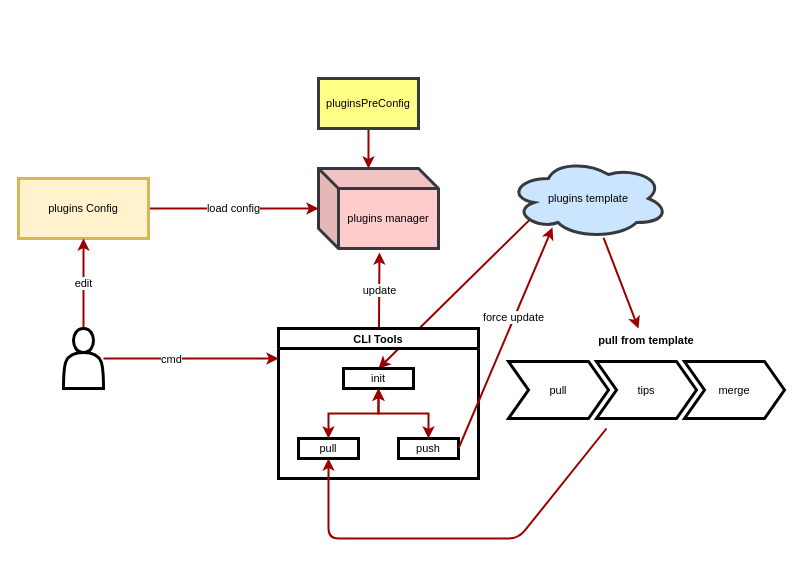
Earlier version of the draw.io diagram page "整体设计" (4 of 5) of 脚手架设计图.drawio (zonewancheng/diagrames). Source tidied: cells renumbered, new cells numbered last; positions are measured from the earlier drawing's top-left corner, leaving out a move shared by most shapes. Both pictures are drawn from the tidied source at 100%, with x=0, y=0 at pixel (18, 78).
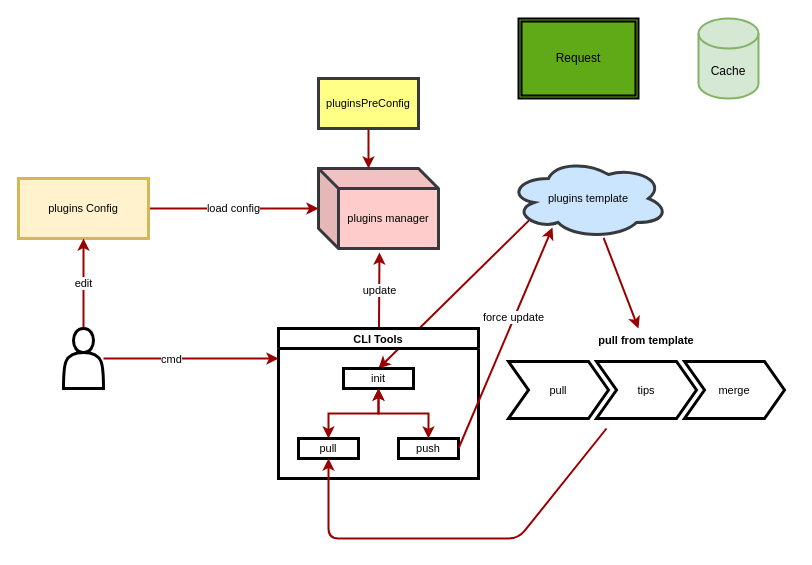
Above is the later version.

Commit message:
更新脚手架设计图.drawio

What changed in the source:
```diff
@@
+    <mxCell id="28" value="&lt;font color=&quot;#000000&quot;&gt;Request&lt;/font&gt;" style="shape=ext;double=1;rounded=0;whiteSpace=wrap;html=1;fillColor=#60a917;fontColor=#ffffff;strokeColor=#000000;strokeWidth=2;" parent="1" vertex="1">
+      <mxGeometry x="500" y="-60" width="120" height="80" as="geometry" />
+    </mxCell>
+    <mxCell id="29" value="Cache" style="shape=cylinder3;whiteSpace=wrap;html=1;boundedLbl=1;backgroundOutline=1;size=15;strokeColor=#82b366;strokeWidth=2;fillColor=#d5e8d4;" parent="1" vertex="1">
+      <mxGeometry x="680" y="-60" width="60" height="80" as="geometry" />
+    </mxCell>
```
